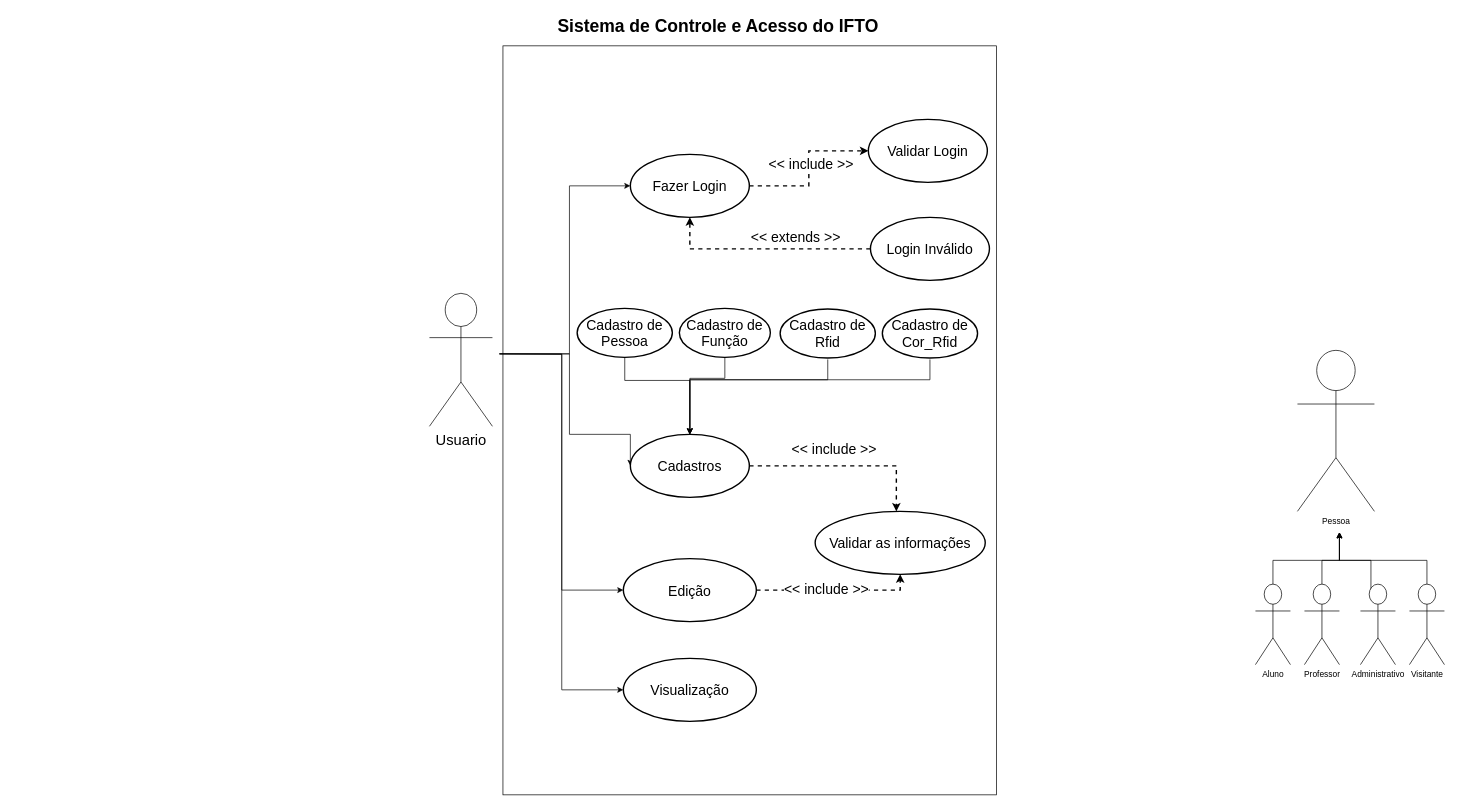
Earlier version of the draw.io diagram Diagramas/Diagrama de Caso de Uso/v1/caso_de_uso.drawio (RangersonTI/Meu_TCC). Source tidied: cells renumbered, new cells numbered last; positions are measured from the earlier drawing's top-left corner, leaving out a move shared by most shapes. Both pictures are drawn from the tidied source at 70%, with x=0, y=0 at pixel (374, 14).
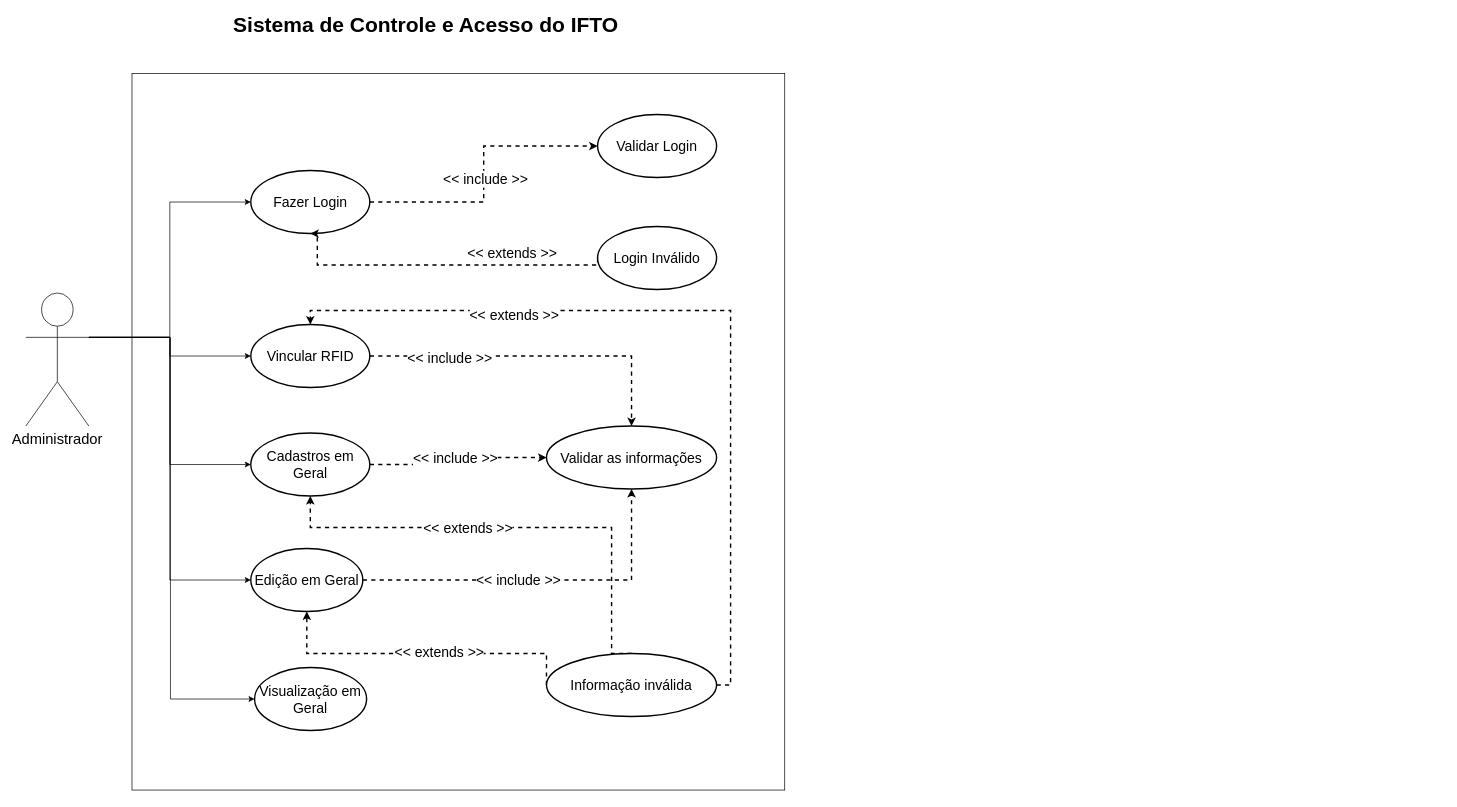
After the change.

Commit message (it also covers changes not shown here):
finalização do diagrama de caso de uso

The edit, as a diff of the source:
```diff
@@
     <mxCell id="2" style="rounded=0;whiteSpace=wrap;html=1;rotation=90;" parent="1" vertex="1">
-      <mxGeometry x="0.5" y="227.5" width="1070" height="705" as="geometry" />
+      <mxGeometry x="-392.6" y="130" width="1023.8" height="932.5" as="geometry" />
     </mxCell>
-    <mxCell id="3" value="Pessoa" style="shape=umlActor;verticalLabelPosition=bottom;verticalAlign=top;html=1;" parent="1" vertex="1">
-      <mxGeometry x="1318" y="480" width="110" height="230" as="geometry" />
-    </mxCell>
-    <mxCell id="4" style="edgeStyle=orthogonalEdgeStyle;rounded=0;jettySize=auto;html=1;" parent="1" edge="1" source="5">
-      <mxGeometry relative="1" as="geometry">
-        <mxPoint x="1378" y="740" as="targetPoint" />
-        <Array as="points">
-          <mxPoint x="1283" y="780" />
-          <mxPoint x="1378" y="780" />
-        </Array>
-      </mxGeometry>
-    </mxCell>
-    <mxCell id="5" value="Aluno" style="shape=umlActor;verticalLabelPosition=bottom;verticalAlign=top;html=1;outlineConnect=0;" parent="1" vertex="1">
-      <mxGeometry x="1258" y="814" width="50" height="115" as="geometry" />
-    </mxCell>
-    <mxCell id="6" style="edgeStyle=orthogonalEdgeStyle;rounded=0;jettySize=auto;html=1;" parent="1" edge="1" source="7">
-      <mxGeometry relative="1" as="geometry">
-        <mxPoint x="1378" y="740" as="targetPoint" />
-        <Array as="points">
-          <mxPoint x="1353" y="780" />
-          <mxPoint x="1378" y="780" />
-        </Array>
-      </mxGeometry>
-    </mxCell>
-    <mxCell id="7" value="Professor" style="shape=umlActor;verticalLabelPosition=bottom;verticalAlign=top;html=1;outlineConnect=0;" parent="1" vertex="1">
-      <mxGeometry x="1328" y="814" width="50" height="115" as="geometry" />
-    </mxCell>
-    <mxCell id="8" style="edgeStyle=orthogonalEdgeStyle;rounded=0;jettySize=auto;html=1;" parent="1" edge="1" source="9">
-      <mxGeometry relative="1" as="geometry">
-        <mxPoint x="1378" y="740" as="targetPoint" />
-        <Array as="points">
-          <mxPoint x="1503" y="780" />
-          <mxPoint x="1378" y="780" />
-        </Array>
-      </mxGeometry>
-    </mxCell>
-    <mxCell id="9" value="Visitante" style="shape=umlActor;verticalLabelPosition=bottom;verticalAlign=top;html=1;outlineConnect=0;" parent="1" vertex="1">
-      <mxGeometry x="1478" y="814" width="50" height="115" as="geometry" />
-    </mxCell>
-    <mxCell id="10" style="edgeStyle=orthogonalEdgeStyle;rounded=0;orthogonalLoop=1;jettySize=auto;html=1;" parent="1" edge="1">
-      <mxGeometry relative="1" as="geometry">
-        <mxPoint x="1423" y="824" as="sourcePoint" />
-        <mxPoint x="1378" y="740" as="targetPoint" />
-        <Array as="points">
-          <mxPoint x="1423" y="780" />
-          <mxPoint x="1378" y="780" />
-        </Array>
-      </mxGeometry>
-    </mxCell>
-    <mxCell id="11" value="Administrativo" style="shape=umlActor;verticalLabelPosition=bottom;verticalAlign=top;html=1;" parent="1" vertex="1">
-      <mxGeometry x="1408" y="814" width="50" height="115" as="geometry" />
-    </mxCell>
@@
     <mxCell id="14" value="Fazer Login" style="ellipse;whiteSpace=wrap;html=1;fontSize=20;strokeWidth=2;" parent="1" vertex="1">
-      <mxGeometry x="365" y="200" width="170" height="90" as="geometry" />
+      <mxGeometry x="-177.2" y="223.1" width="170" height="90" as="geometry" />
     </mxCell>
-    <mxCell id="15" style="edgeStyle=orthogonalEdgeStyle;rounded=0;jettySize=auto;html=1;entryX=0;entryY=0.5;entryDx=0;entryDy=0;" parent="1" edge="1" target="14">
-      <mxGeometry relative="1" as="geometry">
-        <mxPoint x="178" y="485" as="sourcePoint" />
-        <Array as="points">
-          <mxPoint x="278" y="485" />
-          <mxPoint x="278" y="245" />
-        </Array>
-      </mxGeometry>
-    </mxCell>
-    <mxCell id="16" style="edgeStyle=orthogonalEdgeStyle;rounded=0;jettySize=auto;html=1;entryX=0;entryY=0.5;entryDx=0;entryDy=0;" parent="1" edge="1" target="22">
-      <mxGeometry relative="1" as="geometry">
-        <mxPoint x="178" y="485" as="sourcePoint" />
-        <Array as="points">
-          <mxPoint x="278" y="485" />
-          <mxPoint x="278" y="600" />
-        </Array>
-      </mxGeometry>
-    </mxCell>
-    <mxCell id="17" style="edgeStyle=orthogonalEdgeStyle;rounded=0;jettySize=auto;html=1;entryX=0;entryY=0.5;entryDx=0;entryDy=0;" parent="1" edge="1" target="31">
-      <mxGeometry relative="1" as="geometry">
-        <mxPoint x="178" y="485" as="sourcePoint" />
-      </mxGeometry>
-    </mxCell>
-    <mxCell id="18" style="edgeStyle=orthogonalEdgeStyle;rounded=0;jettySize=auto;html=1;entryX=0;entryY=0.5;entryDx=0;entryDy=0;" parent="1" edge="1" target="32">
-      <mxGeometry relative="1" as="geometry">
-        <mxPoint x="178" y="485" as="sourcePoint" />
-      </mxGeometry>
-    </mxCell>
+    <mxCell id="41" style="edgeStyle=orthogonalEdgeStyle;rounded=0;jettySize=auto;html=1;exitX=1;exitY=0.3333333333333333;exitDx=0;exitDy=0;exitPerimeter=0;entryX=0;entryY=0.5;entryDx=0;entryDy=0;" parent="1" edge="1" source="19" target="14">
+      <mxGeometry relative="1" as="geometry" />
+    </mxCell>
+    <mxCell id="42" style="edgeStyle=orthogonalEdgeStyle;rounded=0;jettySize=auto;html=1;exitX=1;exitY=0.3333333333333333;exitDx=0;exitDy=0;exitPerimeter=0;entryX=0;entryY=0.5;entryDx=0;entryDy=0;" parent="1" edge="1" source="19" target="49">
+      <mxGeometry relative="1" as="geometry" />
+    </mxCell>
+    <mxCell id="43" style="edgeStyle=orthogonalEdgeStyle;rounded=0;jettySize=auto;html=1;exitX=1;exitY=0.3333333333333333;exitDx=0;exitDy=0;exitPerimeter=0;entryX=0;entryY=0.5;entryDx=0;entryDy=0;" parent="1" edge="1" source="19" target="22">
+      <mxGeometry relative="1" as="geometry" />
+    </mxCell>
+    <mxCell id="44" style="edgeStyle=orthogonalEdgeStyle;rounded=0;jettySize=auto;html=1;exitX=1;exitY=0.3333333333333333;exitDx=0;exitDy=0;exitPerimeter=0;entryX=0;entryY=0.5;entryDx=0;entryDy=0;" parent="1" edge="1" source="19" target="31">
+      <mxGeometry relative="1" as="geometry" />
+    </mxCell>
+    <mxCell id="45" style="edgeStyle=orthogonalEdgeStyle;rounded=0;jettySize=auto;html=1;exitX=1;exitY=0.3333333333333333;exitDx=0;exitDy=0;exitPerimeter=0;entryX=0;entryY=0.5;entryDx=0;entryDy=0;" parent="1" edge="1" source="19" target="32">
+      <mxGeometry relative="1" as="geometry">
+        <Array as="points">
+          <mxPoint x="-292" y="462" />
+          <mxPoint x="-292" y="978" />
+        </Array>
+      </mxGeometry>
+    </mxCell>
-    <mxCell id="19" value="Usuario" style="shape=umlActor;verticalLabelPosition=bottom;verticalAlign=top;html=1;outlineConnect=0;fontSize=21;" parent="1" vertex="1">
-      <mxGeometry x="78" y="398.5" width="90" height="190" as="geometry" />
+    <mxCell id="19" value="Administrador" style="shape=umlActor;verticalLabelPosition=bottom;verticalAlign=top;html=1;outlineConnect=0;fontSize=21;" parent="1" vertex="1">
+      <mxGeometry x="-498.6" y="398.1" width="90" height="190" as="geometry" />
     </mxCell>
-    <mxCell id="20" style="edgeStyle=orthogonalEdgeStyle;rounded=0;jettySize=auto;html=1;dashed=1;strokeWidth=2;" parent="1" edge="1" source="22" target="23">
-      <mxGeometry relative="1" as="geometry">
-        <Array as="points">
-          <mxPoint x="745" y="645" />
-        </Array>
-      </mxGeometry>
+    <mxCell id="20" style="edgeStyle=orthogonalEdgeStyle;rounded=0;jettySize=auto;html=1;exitX=1;exitY=0.5;exitDx=0;exitDy=0;strokeWidth=2;dashed=1;" parent="1" edge="1" source="22" target="23">
+      <mxGeometry relative="1" as="geometry" />
     </mxCell>
-    <mxCell id="21" value="&amp;lt;&amp;lt; include &amp;gt;&amp;gt;" style="edgeLabel;html=1;align=center;verticalAlign=middle;fontSize=20;fontStyle=0;" parent="20" vertex="1">
-      <mxGeometry x="-0.07" y="-6" relative="1" as="geometry">
-        <mxPoint x="-8" y="-31" as="offset" />
-      </mxGeometry>
-    </mxCell>
+    <mxCell id="46" value="&amp;lt;&amp;lt; include &amp;gt;&amp;gt;" style="edgeLabel;html=1;align=center;verticalAlign=middle;fontSize=20;" parent="20" vertex="1">
+      <mxGeometry x="-0.19" y="-1" relative="1" as="geometry">
+        <mxPoint x="16" y="-11" as="offset" />
+      </mxGeometry>
+    </mxCell>
-    <mxCell id="22" value="Cadastros" style="ellipse;whiteSpace=wrap;html=1;fontSize=20;strokeWidth=2;" parent="1" vertex="1">
-      <mxGeometry x="365" y="600" width="170" height="90" as="geometry" />
+    <mxCell id="22" value="Cadastros em Geral" style="ellipse;whiteSpace=wrap;html=1;fontSize=20;strokeWidth=2;" parent="1" vertex="1">
+      <mxGeometry x="-177.2" y="598.1" width="170" height="90" as="geometry" />
     </mxCell>
     <mxCell id="23" value="Validar as informações" style="ellipse;whiteSpace=wrap;html=1;fontSize=20;strokeWidth=2;" parent="1" vertex="1">
-      <mxGeometry x="629" y="710" width="243" height="90" as="geometry" />
+      <mxGeometry x="245.2" y="588.1" width="243" height="90" as="geometry" />
     </mxCell>
     <mxCell id="24" value="Validar Login" style="ellipse;whiteSpace=wrap;html=1;fontSize=20;strokeWidth=2;" parent="1" vertex="1">
-      <mxGeometry x="705" y="150" width="170" height="90" as="geometry" />
+      <mxGeometry x="318.2" y="143.1" width="170" height="90" as="geometry" />
     </mxCell>
     <mxCell id="25" style="edgeStyle=orthogonalEdgeStyle;rounded=0;jettySize=auto;html=1;exitX=0;exitY=0.5;exitDx=0;exitDy=0;entryX=0.5;entryY=1;entryDx=0;entryDy=0;dashed=1;strokeWidth=2;" parent="1" edge="1" source="27" target="14">
       <mxGeometry relative="1" as="geometry">
         <Array as="points">
-          <mxPoint x="450" y="335" />
+          <mxPoint x="-82.2" y="358.1" />
         </Array>
       </mxGeometry>
     </mxCell>
@@
     <mxCell id="27" value="Login Inválido" style="ellipse;whiteSpace=wrap;html=1;fontSize=20;strokeWidth=2;" parent="1" vertex="1">
-      <mxGeometry x="708" y="290" width="170" height="90" as="geometry" />
+      <mxGeometry x="318.2" y="303.1" width="170" height="90" as="geometry" />
     </mxCell>
-    <mxCell id="28" value="Sistema de Controle e Acesso do IFTO" style="text;html=1;align=center;verticalAlign=middle;whiteSpace=wrap;rounded=0;fontSize=25;fontStyle=1;" parent="1" vertex="1">
-      <mxGeometry x="248" width="485" height="30" as="geometry" />
+    <mxCell id="28" value="Sistema de Controle e Acesso do IFTO" style="text;html=1;align=center;verticalAlign=middle;whiteSpace=wrap;rounded=0;fontSize=30;fontStyle=1;" parent="1" vertex="1">
+      <mxGeometry x="-222" width="590" height="30" as="geometry" />
     </mxCell>
@@
-    <mxCell id="31" value="Edição" style="ellipse;whiteSpace=wrap;html=1;fontSize=20;strokeWidth=2;" parent="1" vertex="1">
-      <mxGeometry x="355" y="777.5" width="190" height="90" as="geometry" />
+    <mxCell id="31" value="Edição em Geral" style="ellipse;whiteSpace=wrap;html=1;fontSize=20;strokeWidth=2;" parent="1" vertex="1">
+      <mxGeometry x="-177.2" y="763.1" width="160" height="90" as="geometry" />
     </mxCell>
-    <mxCell id="32" value="Visualização" style="ellipse;whiteSpace=wrap;html=1;fontSize=20;strokeWidth=2;" parent="1" vertex="1">
-      <mxGeometry x="355" y="920" width="190" height="90" as="geometry" />
+    <mxCell id="32" value="Visualização em Geral" style="ellipse;whiteSpace=wrap;html=1;fontSize=20;strokeWidth=2;" parent="1" vertex="1">
+      <mxGeometry x="-171.8" y="933.1" width="160" height="90" as="geometry" />
     </mxCell>
-    <mxCell id="33" style="edgeStyle=orthogonalEdgeStyle;rounded=0;jettySize=auto;html=1;exitX=0.5;exitY=1;exitDx=0;exitDy=0;entryX=0.5;entryY=0;entryDx=0;entryDy=0;" parent="1" edge="1" source="34" target="22">
-      <mxGeometry relative="1" as="geometry">
-        <Array as="points">
-          <mxPoint x="357" y="523" />
-          <mxPoint x="450" y="523" />
-        </Array>
-      </mxGeometry>
-    </mxCell>
-    <mxCell id="34" value="Cadastro de Pessoa" style="ellipse;whiteSpace=wrap;html=1;fontSize=20;strokeWidth=2;" parent="1" vertex="1">
-      <mxGeometry x="289" y="420" width="136" height="70" as="geometry" />
-    </mxCell>
-    <mxCell id="35" style="edgeStyle=orthogonalEdgeStyle;rounded=0;jettySize=auto;html=1;exitX=0.5;exitY=1;exitDx=0;exitDy=0;entryX=0.5;entryY=0;entryDx=0;entryDy=0;" parent="1" edge="1" source="36" target="22">
-      <mxGeometry relative="1" as="geometry">
-        <Array as="points">
-          <mxPoint x="500" y="520" />
-          <mxPoint x="450" y="520" />
-        </Array>
-      </mxGeometry>
-    </mxCell>
-    <mxCell id="36" value="Cadastro de Função" style="ellipse;whiteSpace=wrap;html=1;fontSize=20;strokeWidth=2;" parent="1" vertex="1">
-      <mxGeometry x="435" y="420" width="130" height="70" as="geometry" />
-    </mxCell>
-    <mxCell id="37" style="edgeStyle=orthogonalEdgeStyle;rounded=0;orthogonalLoop=1;jettySize=auto;html=1;" parent="1" edge="1">
-      <mxGeometry relative="1" as="geometry">
-        <mxPoint x="647" y="493" as="sourcePoint" />
-        <mxPoint x="450" y="600" as="targetPoint" />
-        <Array as="points">
-          <mxPoint x="647" y="522" />
-          <mxPoint x="450" y="522" />
-        </Array>
-      </mxGeometry>
-    </mxCell>
-    <mxCell id="38" value="Cadastro de Rfid" style="ellipse;whiteSpace=wrap;html=1;fontSize=20;strokeWidth=2;" parent="1" vertex="1">
-      <mxGeometry x="579" y="421" width="136" height="70" as="geometry" />
-    </mxCell>
-    <mxCell id="39" style="edgeStyle=orthogonalEdgeStyle;rounded=0;orthogonalLoop=1;jettySize=auto;html=1;" parent="1" edge="1">
-      <mxGeometry relative="1" as="geometry">
-        <mxPoint x="793" y="493" as="sourcePoint" />
-        <mxPoint x="450" y="600" as="targetPoint" />
-        <Array as="points">
-          <mxPoint x="793" y="522" />
-          <mxPoint x="450" y="522" />
-        </Array>
-      </mxGeometry>
-    </mxCell>
-    <mxCell id="40" value="Cadastro de Cor_Rfid" style="ellipse;whiteSpace=wrap;html=1;fontSize=20;strokeWidth=2;" parent="1" vertex="1">
-      <mxGeometry x="725" y="421" width="136" height="70" as="geometry" />
-    </mxCell>
+    <mxCell id="47" style="edgeStyle=orthogonalEdgeStyle;rounded=0;jettySize=auto;html=1;exitX=1;exitY=0.5;exitDx=0;exitDy=0;entryX=0.5;entryY=0;entryDx=0;entryDy=0;strokeWidth=2;dashed=1;" parent="1" edge="1" source="49" target="23">
+      <mxGeometry relative="1" as="geometry" />
+    </mxCell>
+    <mxCell id="48" value="&amp;lt;&amp;lt; include &amp;gt;&amp;gt;" style="edgeLabel;html=1;align=center;verticalAlign=middle;fontSize=20;" parent="47" vertex="1">
+      <mxGeometry x="-0.52" y="-1" relative="1" as="geometry" />
+    </mxCell>
+    <mxCell id="49" value="Vincular RFID" style="ellipse;whiteSpace=wrap;html=1;fontSize=20;strokeWidth=2;" parent="1" vertex="1">
+      <mxGeometry x="-177.2" y="443.1" width="170" height="90" as="geometry" />
+    </mxCell>
+    <mxCell id="50" style="edgeStyle=orthogonalEdgeStyle;rounded=0;jettySize=auto;html=1;exitX=0.5;exitY=0;exitDx=0;exitDy=0;entryX=0.5;entryY=1;entryDx=0;entryDy=0;dashed=1;strokeWidth=2;" parent="1" edge="1" source="56" target="22">
+      <mxGeometry relative="1" as="geometry">
+        <Array as="points">
+          <mxPoint x="338.2" y="913.1" />
+          <mxPoint x="338.2" y="733.1" />
+          <mxPoint x="-91.8" y="733.1" />
+        </Array>
+      </mxGeometry>
+    </mxCell>
+    <mxCell id="51" value="&lt;span style=&quot;font-size: 20px;&quot;&gt;&amp;lt;&amp;lt; extends &amp;gt;&amp;gt;&lt;/span&gt;" style="edgeLabel;html=1;align=center;verticalAlign=middle;" parent="50" vertex="1">
+      <mxGeometry x="0.21" relative="1" as="geometry" />
+    </mxCell>
+    <mxCell id="52" style="edgeStyle=orthogonalEdgeStyle;rounded=0;jettySize=auto;html=1;exitX=0;exitY=0.5;exitDx=0;exitDy=0;entryX=0.5;entryY=1;entryDx=0;entryDy=0;dashed=1;strokeWidth=2;" parent="1" edge="1" source="56" target="31">
+      <mxGeometry relative="1" as="geometry">
+        <Array as="points">
+          <mxPoint x="245.2" y="913.1" />
+          <mxPoint x="-96.8" y="913.1" />
+        </Array>
+      </mxGeometry>
+    </mxCell>
+    <mxCell id="53" value="&lt;span style=&quot;font-size: 20px;&quot;&gt;&amp;lt;&amp;lt; extends &amp;gt;&amp;gt;&lt;/span&gt;" style="edgeLabel;html=1;align=center;verticalAlign=middle;" parent="52" vertex="1">
+      <mxGeometry x="-0.11" y="-3" relative="1" as="geometry" />
+    </mxCell>
+    <mxCell id="54" style="edgeStyle=orthogonalEdgeStyle;rounded=0;jettySize=auto;html=1;exitX=1;exitY=0.5;exitDx=0;exitDy=0;entryX=0.5;entryY=0;entryDx=0;entryDy=0;dashed=1;strokeWidth=2;" parent="1" edge="1" source="56" target="49">
+      <mxGeometry relative="1" as="geometry" />
+    </mxCell>
+    <mxCell id="55" value="&lt;span style=&quot;font-size: 20px;&quot;&gt;&amp;lt;&amp;lt; extends &amp;gt;&amp;gt;&lt;/span&gt;" style="edgeLabel;html=1;align=center;verticalAlign=middle;" parent="54" vertex="1">
+      <mxGeometry x="0.47" y="5" relative="1" as="geometry">
+        <mxPoint x="-1" as="offset" />
+      </mxGeometry>
+    </mxCell>
+    <mxCell id="56" value="Informação inválida" style="ellipse;whiteSpace=wrap;html=1;fontSize=20;strokeWidth=2;" parent="1" vertex="1">
+      <mxGeometry x="245.2" y="913.1" width="243" height="90" as="geometry" />
+    </mxCell>
```
